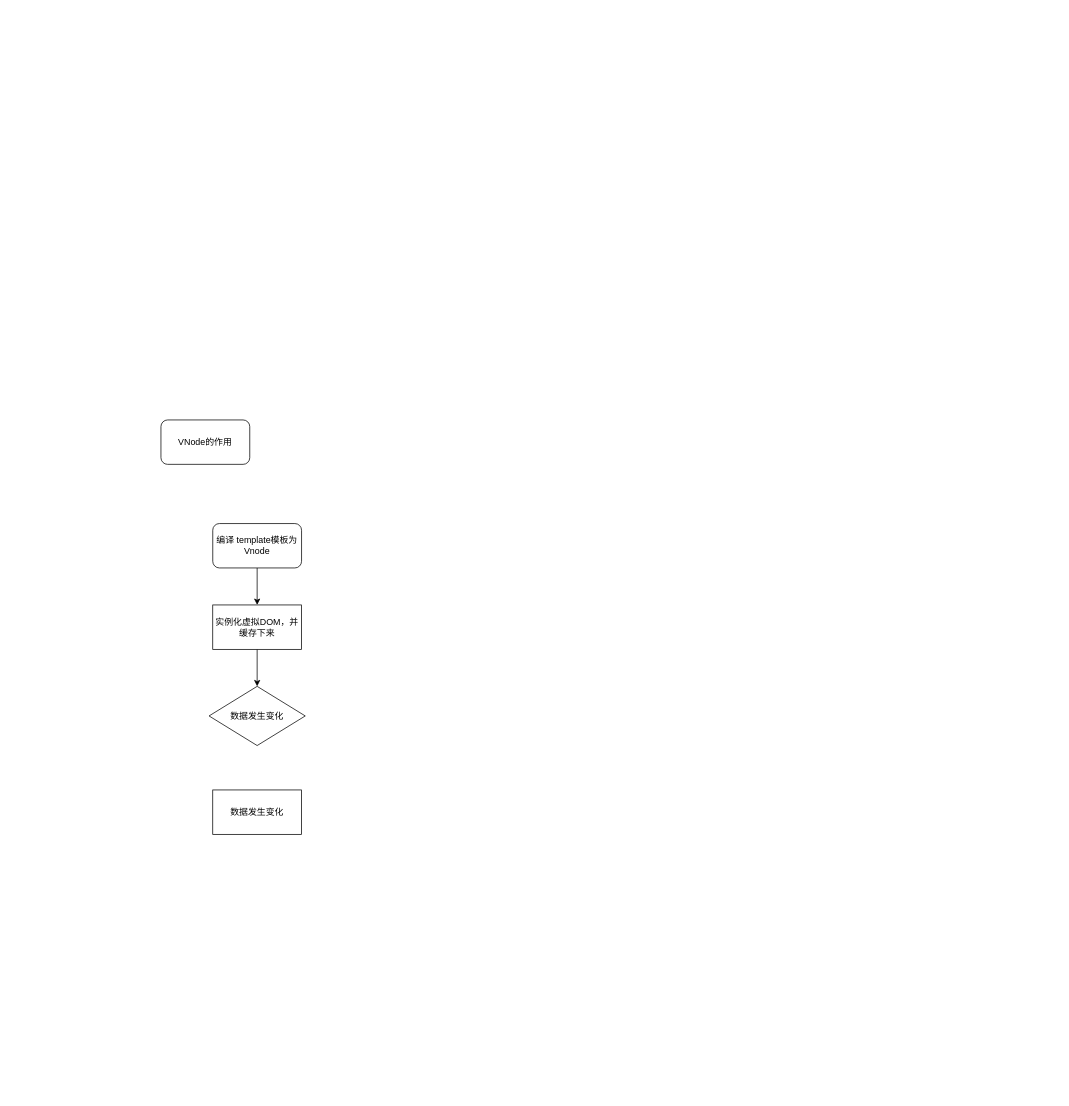
This is Untitled Diagram.drawio from orangegzx/gzx, a draw.io file, before an edit. Source tidied: cells renumbered, new cells numbered last; positions are measured from the earlier drawing's top-left corner, leaving out a move shared by most shapes. Both pictures are drawn from the tidied source at 74%, with x=0, y=0 at pixel (161, 420).
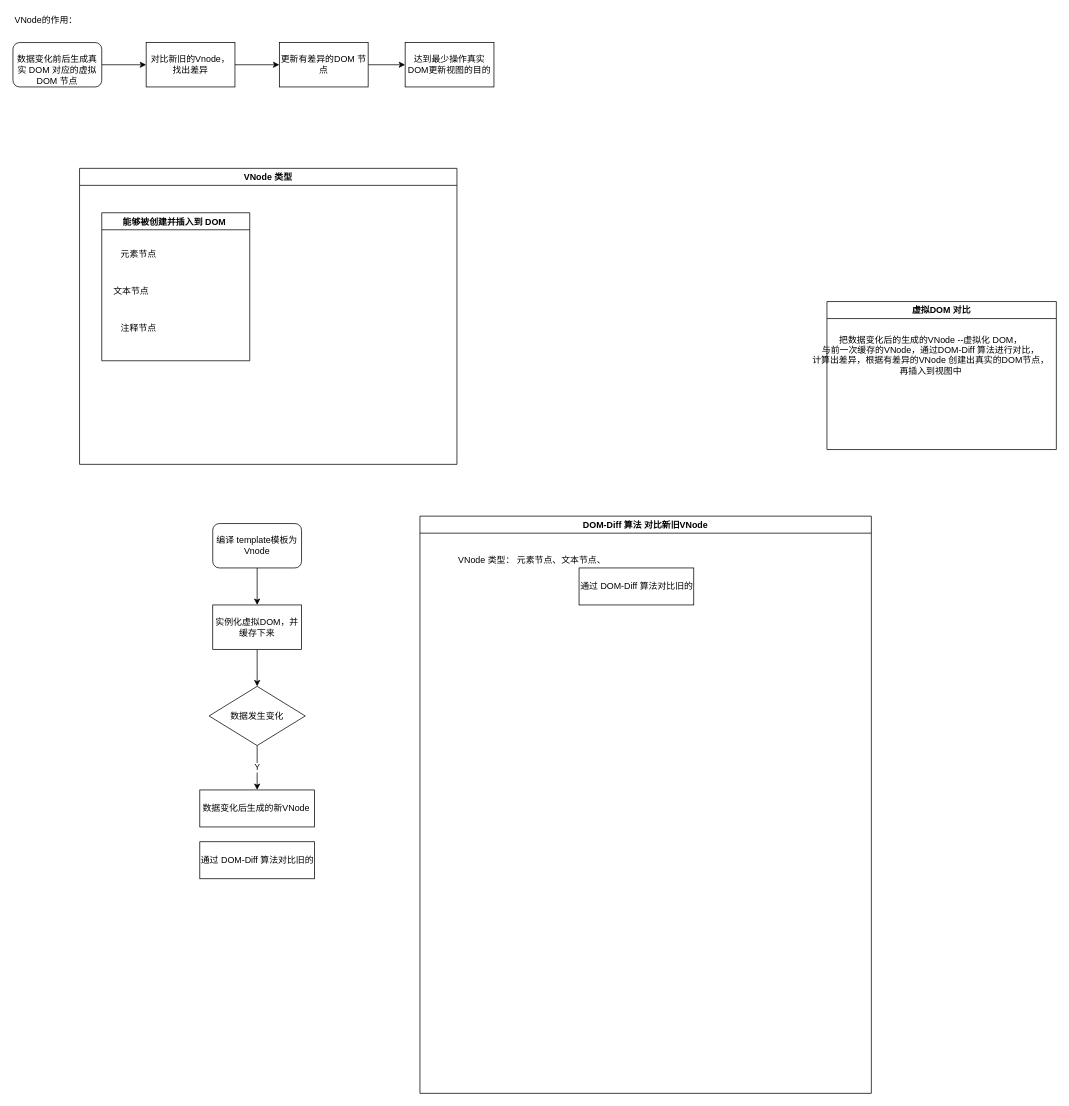
The same page after the edit.

Unchanged cells that the change refers to:
```xml
<mxCell id="8" value="&lt;span&gt;数据发生变化&lt;/span&gt;" style="rhombus;whiteSpace=wrap;html=1;" parent="1" vertex="1">
  <mxGeometry x="65" y="360" width="130" height="80" as="geometry" />
</mxCell>
```

The edit, as a diff of the source:
```diff
@@
+    <mxCell id="9" style="edgeStyle=orthogonalEdgeStyle;rounded=0;jettySize=auto;html=1;" parent="1" edge="1" source="2" target="15">
+      <mxGeometry relative="1" as="geometry" />
+    </mxCell>
-    <mxCell id="2" value="VNode的作用&lt;br&gt;" style="rounded=1;whiteSpace=wrap;html=1;" parent="1" vertex="1">
-      <mxGeometry width="120" height="60" as="geometry" />
+    <mxCell id="2" value="&lt;br&gt;数据变化前后生成真实 DOM 对应的虚拟 DOM 节点" style="rounded=1;whiteSpace=wrap;html=1;" parent="1" vertex="1">
+      <mxGeometry x="-200" y="-510" width="120" height="60" as="geometry" />
     </mxCell>
@@
-    <mxCell id="7" value="数据发生变化" style="rounded=0;whiteSpace=wrap;html=1;" parent="1" vertex="1">
-      <mxGeometry x="70" y="500" width="120" height="60" as="geometry" />
-    </mxCell>
+    <mxCell id="10" value="Y&lt;br&gt;" style="edgeStyle=orthogonalEdgeStyle;rounded=0;jettySize=auto;html=1;entryX=0.5;entryY=0;entryDx=0;entryDy=0;" parent="1" edge="1" source="8">
+      <mxGeometry relative="1" as="geometry">
+        <mxPoint x="130" y="500" as="targetPoint" />
+      </mxGeometry>
+    </mxCell>
@@
+    <mxCell id="11" value="虚拟DOM 对比" style="swimlane;" parent="1" vertex="1">
+      <mxGeometry x="900" y="-160" width="310" height="200" as="geometry" />
+    </mxCell>
+    <mxCell id="12" value="&lt;span&gt;把数据变化后的生成的VNode --虚拟化 DOM，&lt;br&gt;与前一次缓存的VNode，通过DOM-Diff 算法进行对比，&lt;br&gt;计算出差异，根据有差异的VNode 创建出真实的DOM节点，&lt;br&gt;再插入到视图中&lt;br&gt;&lt;br&gt;&lt;/span&gt;" style="text;html=1;align=center;verticalAlign=middle;strokeColor=none;fillColor=none;" parent="11" vertex="1">
+      <mxGeometry x="-30" y="40" width="340" height="80" as="geometry" />
+    </mxCell>
+    <mxCell id="13" value="数据变化后生成的新VNode&amp;nbsp;" style="rounded=0;whiteSpace=wrap;html=1;" parent="1" vertex="1">
+      <mxGeometry x="52.5" y="500" width="155" height="50" as="geometry" />
+    </mxCell>
+    <mxCell id="14" style="edgeStyle=orthogonalEdgeStyle;rounded=0;jettySize=auto;html=1;entryX=0;entryY=0.5;entryDx=0;entryDy=0;" parent="1" edge="1" source="15" target="17">
+      <mxGeometry relative="1" as="geometry" />
+    </mxCell>
+    <mxCell id="15" value="对比新旧的Vnode，找出差异" style="rounded=0;whiteSpace=wrap;html=1;" parent="1" vertex="1">
+      <mxGeometry x="-20" y="-510" width="120" height="60" as="geometry" />
+    </mxCell>
+    <mxCell id="16" style="edgeStyle=orthogonalEdgeStyle;rounded=0;jettySize=auto;html=1;entryX=0;entryY=0.5;entryDx=0;entryDy=0;" parent="1" edge="1" source="17" target="18">
+      <mxGeometry relative="1" as="geometry" />
+    </mxCell>
+    <mxCell id="17" value="更新有差异的DOM 节点" style="rounded=0;whiteSpace=wrap;html=1;" parent="1" vertex="1">
+      <mxGeometry x="160" y="-510" width="120" height="60" as="geometry" />
+    </mxCell>
+    <mxCell id="18" value="达到最少操作真实DOM更新视图的目的" style="rounded=0;whiteSpace=wrap;html=1;" parent="1" vertex="1">
+      <mxGeometry x="330" y="-510" width="120" height="60" as="geometry" />
+    </mxCell>
+    <mxCell id="19" value="VNode的作用：" style="text;html=1;strokeColor=none;fillColor=none;align=center;verticalAlign=middle;whiteSpace=wrap;rounded=0;" parent="1" vertex="1">
+      <mxGeometry x="-200" y="-550" width="90" height="20" as="geometry" />
+    </mxCell>
+    <mxCell id="20" value="通过 DOM-Diff 算法对比旧的" style="rounded=0;whiteSpace=wrap;html=1;" parent="1" vertex="1">
+      <mxGeometry x="52.5" y="570" width="155" height="50" as="geometry" />
+    </mxCell>
+    <mxCell id="21" value="DOM-Diff 算法 对比新旧VNode" style="swimlane;" parent="1" vertex="1">
+      <mxGeometry x="350" y="130" width="610" height="780" as="geometry" />
+    </mxCell>
+    <mxCell id="22" value="通过 DOM-Diff 算法对比旧的" style="rounded=0;whiteSpace=wrap;html=1;align=left;" parent="21" vertex="1">
+      <mxGeometry x="215" y="70" width="155" height="50" as="geometry" />
+    </mxCell>
+    <mxCell id="23" value="VNode 类型： 元素节点、文本节点、" style="text;html=1;strokeColor=none;fillColor=none;align=left;verticalAlign=middle;whiteSpace=wrap;rounded=0;" parent="21" vertex="1">
+      <mxGeometry x="50" y="50" width="270" height="20" as="geometry" />
+    </mxCell>
+    <mxCell id="24" value="VNode 类型" style="swimlane;" parent="1" vertex="1">
+      <mxGeometry x="-110" y="-340" width="510" height="400" as="geometry" />
+    </mxCell>
+    <mxCell id="25" value="能够被创建并插入到 DOM " style="swimlane;" parent="24" vertex="1">
+      <mxGeometry x="30" y="60" width="200" height="200" as="geometry" />
+    </mxCell>
+    <mxCell id="26" value="元素节点" style="text;strokeColor=none;fillColor=none;align=left;verticalAlign=middle;spacingLeft=4;spacingRight=4;overflow=hidden;" parent="25" vertex="1">
+      <mxGeometry x="20" y="40" width="80" height="30" as="geometry" />
+    </mxCell>
+    <mxCell id="27" value="文本节点" style="text;strokeColor=none;fillColor=none;align=left;verticalAlign=middle;spacingLeft=4;spacingRight=4;overflow=hidden;" parent="25" vertex="1">
+      <mxGeometry x="10" y="90" width="80" height="30" as="geometry" />
+    </mxCell>
+    <mxCell id="28" value="注释节点" style="text;strokeColor=none;fillColor=none;align=left;verticalAlign=middle;spacingLeft=4;spacingRight=4;overflow=hidden;" parent="25" vertex="1">
+      <mxGeometry x="20" y="140" width="80" height="30" as="geometry" />
+    </mxCell>
```
